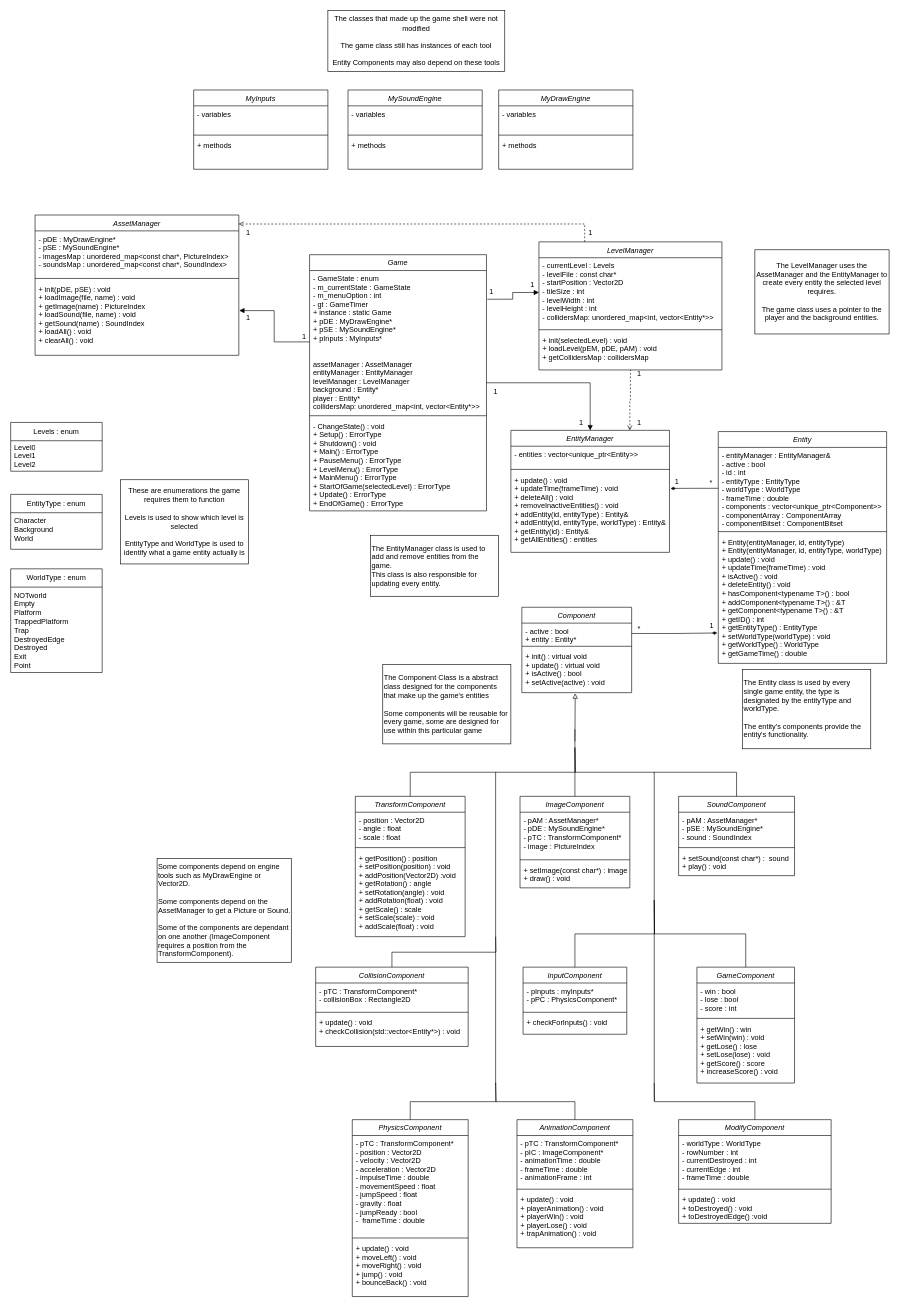
Earlier version of the draw.io diagram page "UML Class Diagram" (1 of 2) of classDiagram.drawio (dnilhnry/CPP-Game-Engine-and-Basic-Platformer). Source tidied: cells renumbered, new cells numbered last; positions are measured from the earlier drawing's top-left corner, leaving out a move shared by most shapes. Both pictures are drawn from the tidied source at 61%, with x=0, y=0 at pixel (10, 10).
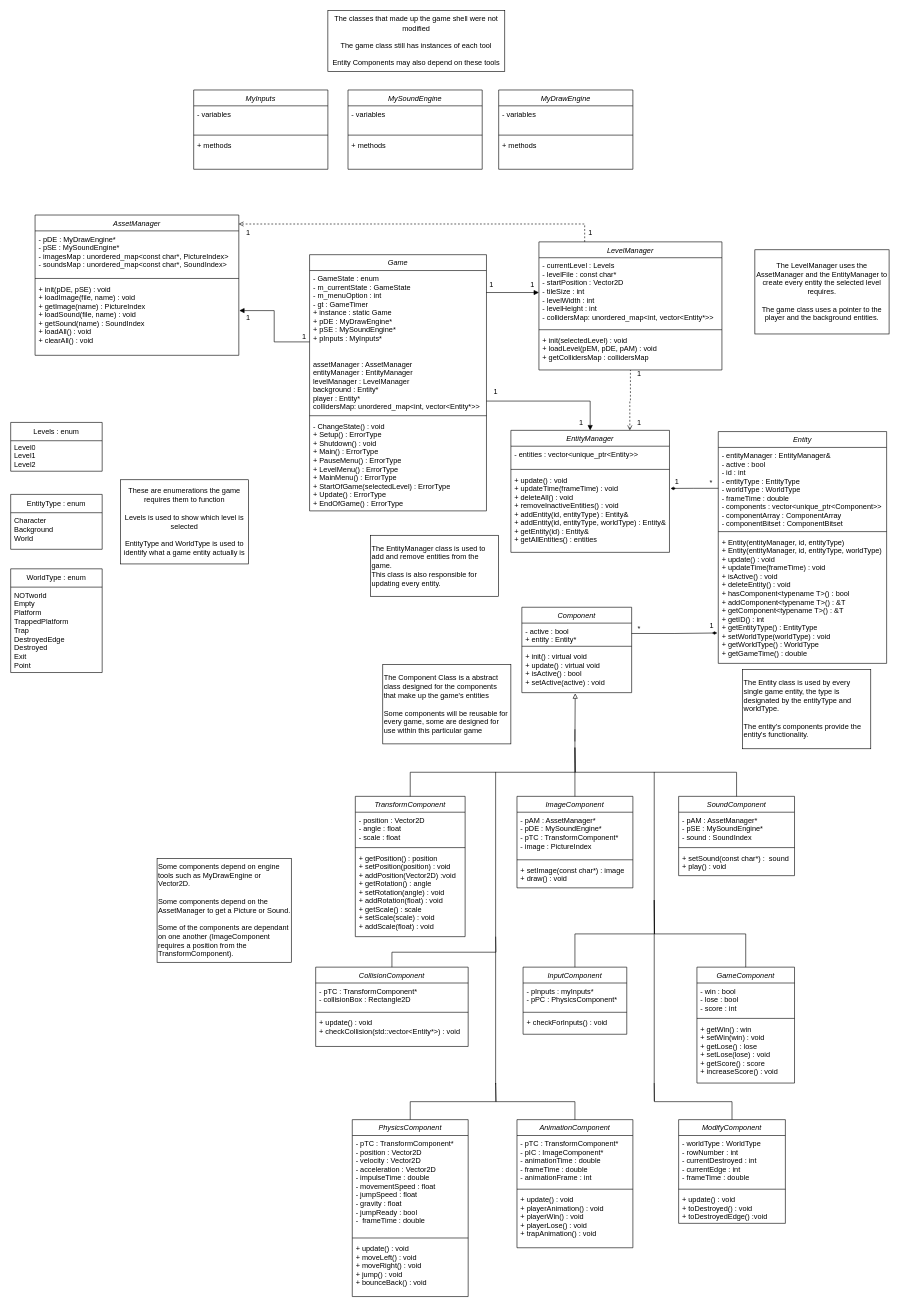
The same diagram, later.

The change refers to these unchanged cells:
```xml
<mxCell id="2" value="Game" style="swimlane;fontStyle=2;align=center;verticalAlign=top;horizontal=1;startSize=26;rounded=0;shadow=0;strokeWidth=1;" parent="1" vertex="1">
  <mxGeometry x="490" y="400" width="290" height="420" as="geometry" />
</mxCell>
<mxCell id="3" value="- GameState : enum&#10;- m_currentState : GameState&#10;- m_menuOption : int&#10;- gt : GameTimer&#10;+ instance : static Game&#10;+ pDE : MyDrawEngine*&#10;+ pSE : MySoundEngine*&#10;+ pInputs : MyInputs*&#10;&#10;&#10;assetManager : AssetManager&#10;entityManager : EntityManager&#10;levelManager : LevelManager&#10;background : Entity*&#10;player : Entity*&#10;collidersMap: unordered_map&lt;int, vector&lt;Entity*&gt;&gt;" style="text;align=left;verticalAlign=top;spacingLeft=4;spacingRight=4;overflow=hidden;points=[[0,0.5],[1,0.5]];portConstraint=eastwest;" parent="2" vertex="1">
  <mxGeometry y="26" width="290" height="234" as="geometry" />
</mxCell>
<mxCell id="8" value="EntityManager" style="swimlane;fontStyle=2;align=center;verticalAlign=top;horizontal=1;startSize=26;rounded=0;shadow=0;strokeWidth=1;" parent="1" vertex="1">
  <mxGeometry x="820" y="688" width="260" height="200" as="geometry" />
</mxCell>
<mxCell id="21" value="- currentLevel : Levels&#10;- levelFile : const char*&#10;- startPosition : Vector2D&#10;- tileSize : int&#10;- levelWidth : int&#10;- levelHeight : int&#10;- collidersMap: unordered_map&lt;int, vector&lt;Entity*&gt;&gt;" style="text;align=left;verticalAlign=top;spacingLeft=4;spacingRight=4;overflow=hidden;points=[[0,0.5],[1,0.5]];portConstraint=eastwest;" parent="20" vertex="1">
  <mxGeometry y="26" width="300" height="114" as="geometry" />
</mxCell>
<mxCell id="42" style="group;" parent="1" vertex="1">
  <mxGeometry x="500" y="978" width="930" height="1130" as="geometry" />
</mxCell>
```

Diff of the diagram source:
```diff
@@
     <mxCell id="6" style="edgeStyle=orthogonalEdgeStyle;rounded=0;jettySize=auto;html=1;endArrow=none;endFill=0;startArrow=block;startFill=1;" parent="1" edge="1" source="8" target="2">
       <mxGeometry relative="1" as="geometry">
         <Array as="points">
-          <mxPoint x="950" y="610" />
+          <mxPoint x="950" y="640" />
         </Array>
       </mxGeometry>
     </mxCell>
@@
     <mxCell id="51" value="ImageComponent" style="swimlane;fontStyle=2;align=center;verticalAlign=top;horizontal=1;startSize=26;rounded=0;shadow=0;strokeWidth=1;" parent="42" vertex="1">
-      <mxGeometry x="335" y="310" width="180" height="150" as="geometry" />
+      <mxGeometry x="330" y="310" width="190" height="150" as="geometry" />
     </mxCell>
     <mxCell id="52" value="- pAM : AssetManager*&#10;- pDE : MySoundEngine*&#10;- pTC : TransformComponent*&#10;- image : PictureIndex" style="text;align=left;verticalAlign=top;spacingLeft=4;spacingRight=4;overflow=hidden;" parent="51" vertex="1">
-      <mxGeometry y="26" width="180" height="74" as="geometry" />
+      <mxGeometry y="26" width="190" height="74" as="geometry" />
     </mxCell>
     <mxCell id="53" style="line;html=1;strokeWidth=1;align=left;verticalAlign=middle;spacingTop=-1;spacingLeft=3;spacingRight=3;labelPosition=right;" parent="51" vertex="1">
-      <mxGeometry y="100" width="180" height="8" as="geometry" />
+      <mxGeometry y="100" width="190" height="8" as="geometry" />
     </mxCell>
     <mxCell id="54" value="+ setImage(const char*) : image&#10;+ draw() : void" style="text;align=left;verticalAlign=top;spacingLeft=4;spacingRight=4;overflow=hidden;" parent="51" vertex="1">
-      <mxGeometry y="108" width="180" height="42" as="geometry" />
+      <mxGeometry y="108" width="190" height="42" as="geometry" />
     </mxCell>
@@
     <mxCell id="75" value="ModifyComponent" style="swimlane;fontStyle=2;align=center;verticalAlign=top;horizontal=1;startSize=26;rounded=0;shadow=0;strokeWidth=1;" parent="42" vertex="1">
-      <mxGeometry x="595" y="840" width="250" height="170" as="geometry" />
+      <mxGeometry x="595" y="840" width="175" height="170" as="geometry" />
     </mxCell>
     <mxCell id="76" value="- worldType : WorldType&#10;- rowNumber : int&#10;- currentDestroyed : int&#10;- currentEdge : int&#10;- frameTime : double" style="text;align=left;verticalAlign=top;spacingLeft=4;spacingRight=4;overflow=hidden;" parent="75" vertex="1">
-      <mxGeometry y="26" width="250" height="84" as="geometry" />
+      <mxGeometry y="26" width="175" height="84" as="geometry" />
     </mxCell>
     <mxCell id="77" style="line;html=1;strokeWidth=1;align=left;verticalAlign=middle;spacingTop=-1;spacingLeft=3;spacingRight=3;labelPosition=right;" parent="75" vertex="1">
-      <mxGeometry y="110" width="250" height="8" as="geometry" />
+      <mxGeometry y="110" width="175" height="8" as="geometry" />
     </mxCell>
     <mxCell id="78" value="+ update() : void&#10;+ toDestroyed() : void&#10;+ toDestroyedEdge() :void" style="text;align=left;verticalAlign=top;spacingLeft=4;spacingRight=4;overflow=hidden;" parent="75" vertex="1">
-      <mxGeometry y="118" width="250" height="52" as="geometry" />
+      <mxGeometry y="118" width="175" height="52" as="geometry" />
     </mxCell>
@@
-    <mxCell id="108" style="edgeStyle=orthogonalEdgeStyle;rounded=0;jettySize=auto;html=1;entryX=1.005;entryY=0.201;entryDx=0;entryDy=0;entryPerimeter=0;endArrow=none;endFill=0;startArrow=block;startFill=1;" parent="1" edge="1" source="21" target="3">
+    <mxCell id="108" style="edgeStyle=orthogonalEdgeStyle;rounded=0;jettySize=auto;html=1;endArrow=none;endFill=0;startArrow=block;startFill=1;entryX=0.999;entryY=0.154;entryDx=0;entryDy=0;entryPerimeter=0;" parent="1" edge="1" source="21" target="3">
       <mxGeometry relative="1" as="geometry" />
     </mxCell>
     <mxCell id="109" value="1" style="text;html=1;align=center;verticalAlign=middle;strokeColor=none;fillColor=none;" parent="1" vertex="1">
-      <mxGeometry x="773" y="446" width="30" height="30" as="geometry" />
+      <mxGeometry x="773" y="435" width="30" height="30" as="geometry" />
     </mxCell>
```
